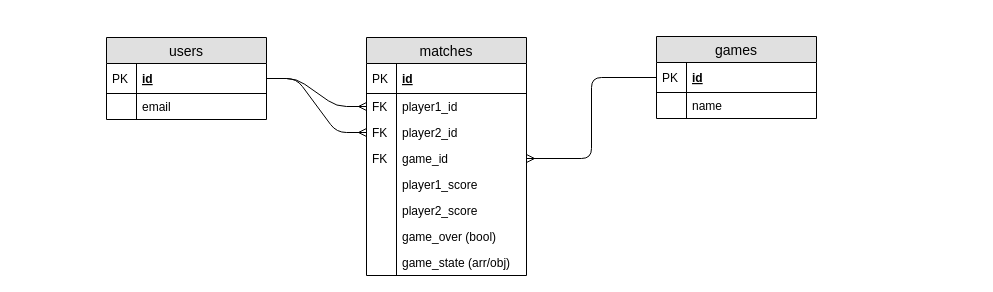
Above: docs/Goofspiel ERD.drawio in WillGWong/goofspiel (draw.io), before the change. Source tidied: cells renumbered, new cells numbered last; positions are measured from the earlier drawing's top-left corner, leaving out a move shared by most shapes. Both pictures are drawn from the tidied source at 100%, with x=0, y=0 at pixel (106, 36).
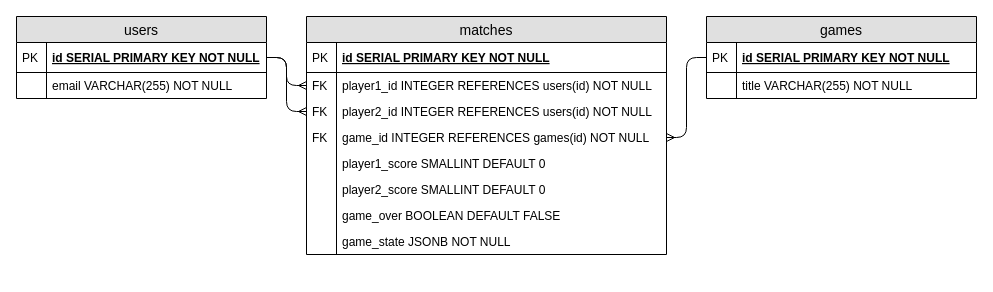
After the change.

Commit message (it also covers changes not shown here):
add datatypes to ERD

Diff of the diagram source:
```diff
@@
     <mxCell id="2" value="users" style="swimlane;fontStyle=0;horizontal=1;startSize=26;fillColor=#e0e0e0;swimlaneFillColor=#ffffff;align=center;fontSize=14;" parent="1" vertex="1">
-      <mxGeometry y="1" width="160" height="82" as="geometry" />
+      <mxGeometry x="-90" y="-20" width="250" height="82" as="geometry" />
     </mxCell>
-    <mxCell id="3" value="id" style="shape=partialRectangle;top=0;left=0;right=0;bottom=1;align=left;verticalAlign=middle;fillColor=none;spacingLeft=34;spacingRight=4;overflow=hidden;points=[[0,0.5],[1,0.5]];portConstraint=eastwest;fontStyle=5;fontSize=12;" parent="2" vertex="1">
-      <mxGeometry y="26" width="160" height="30" as="geometry" />
+    <mxCell id="3" value="id SERIAL PRIMARY KEY NOT NULL" style="shape=partialRectangle;top=0;left=0;right=0;bottom=1;align=left;verticalAlign=middle;fillColor=none;spacingLeft=34;spacingRight=4;overflow=hidden;points=[[0,0.5],[1,0.5]];portConstraint=eastwest;fontStyle=5;fontSize=12;" parent="2" vertex="1">
+      <mxGeometry y="26" width="250" height="30" as="geometry" />
     </mxCell>
@@
-    <mxCell id="5" value="email" style="shape=partialRectangle;top=0;left=0;right=0;bottom=0;align=left;verticalAlign=top;fillColor=none;spacingLeft=34;spacingRight=4;overflow=hidden;fontSize=12;" parent="2" vertex="1">
-      <mxGeometry y="56" width="160" height="26" as="geometry" />
+    <mxCell id="5" value="email VARCHAR(255) NOT NULL" style="shape=partialRectangle;top=0;left=0;right=0;bottom=0;align=left;verticalAlign=top;fillColor=none;spacingLeft=34;spacingRight=4;overflow=hidden;fontSize=12;" parent="2" vertex="1">
+      <mxGeometry y="56" width="250" height="26" as="geometry" />
     </mxCell>
@@
     <mxCell id="7" value="matches" style="swimlane;fontStyle=0;horizontal=1;startSize=26;fillColor=#e0e0e0;swimlaneFillColor=#ffffff;align=center;fontSize=14;" parent="1" vertex="1">
-      <mxGeometry x="260" y="1" width="160" height="238" as="geometry" />
+      <mxGeometry x="200" y="-20" width="360" height="238" as="geometry" />
     </mxCell>
-    <mxCell id="8" value="id" style="shape=partialRectangle;top=0;left=0;right=0;bottom=1;align=left;verticalAlign=middle;fillColor=none;spacingLeft=34;spacingRight=4;overflow=hidden;fontStyle=5;fontSize=12;" parent="7" vertex="1">
-      <mxGeometry y="26" width="160" height="30" as="geometry" />
+    <mxCell id="8" value="id SERIAL PRIMARY KEY NOT NULL" style="shape=partialRectangle;top=0;left=0;right=0;bottom=1;align=left;verticalAlign=middle;fillColor=none;spacingLeft=34;spacingRight=4;overflow=hidden;fontStyle=5;fontSize=12;" parent="7" vertex="1">
+      <mxGeometry y="26" width="360" height="30" as="geometry" />
     </mxCell>
@@
-    <mxCell id="10" value="player1_id" style="shape=partialRectangle;top=0;left=0;right=0;bottom=0;align=left;verticalAlign=top;fillColor=none;spacingLeft=34;spacingRight=4;overflow=hidden;points=[[0,0.5],[1,0.5]];portConstraint=eastwest;fontSize=12;" parent="7" vertex="1">
-      <mxGeometry y="56" width="160" height="26" as="geometry" />
+    <mxCell id="10" value="player1_id INTEGER REFERENCES users(id) NOT NULL" style="shape=partialRectangle;top=0;left=0;right=0;bottom=0;align=left;verticalAlign=top;fillColor=none;spacingLeft=34;spacingRight=4;overflow=hidden;points=[[0,0.5],[1,0.5]];portConstraint=eastwest;fontSize=12;" parent="7" vertex="1">
+      <mxGeometry y="56" width="360" height="26" as="geometry" />
     </mxCell>
@@
-    <mxCell id="12" value="player2_id" style="shape=partialRectangle;top=0;left=0;right=0;bottom=0;align=left;verticalAlign=top;fillColor=none;spacingLeft=34;spacingRight=4;overflow=hidden;points=[[0,0.5],[1,0.5]];portConstraint=eastwest;fontSize=12;" parent="7" vertex="1">
-      <mxGeometry y="82" width="160" height="26" as="geometry" />
+    <mxCell id="12" value="player2_id INTEGER REFERENCES users(id) NOT NULL" style="shape=partialRectangle;top=0;left=0;right=0;bottom=0;align=left;verticalAlign=top;fillColor=none;spacingLeft=34;spacingRight=4;overflow=hidden;points=[[0,0.5],[1,0.5]];portConstraint=eastwest;fontSize=12;" parent="7" vertex="1">
+      <mxGeometry y="82" width="360" height="26" as="geometry" />
     </mxCell>
@@
-    <mxCell id="14" value="game_id" style="shape=partialRectangle;top=0;left=0;right=0;bottom=0;align=left;verticalAlign=top;fillColor=none;spacingLeft=34;spacingRight=4;overflow=hidden;points=[[0,0.5],[1,0.5]];portConstraint=eastwest;fontSize=12;" parent="7" vertex="1">
-      <mxGeometry y="108" width="160" height="26" as="geometry" />
+    <mxCell id="14" value="game_id INTEGER REFERENCES games(id) NOT NULL" style="shape=partialRectangle;top=0;left=0;right=0;bottom=0;align=left;verticalAlign=top;fillColor=none;spacingLeft=34;spacingRight=4;overflow=hidden;points=[[0,0.5],[1,0.5]];portConstraint=eastwest;fontSize=12;" parent="7" vertex="1">
+      <mxGeometry y="108" width="360" height="26" as="geometry" />
     </mxCell>
@@
-    <mxCell id="16" value="player1_score" style="shape=partialRectangle;top=0;left=0;right=0;bottom=0;align=left;verticalAlign=top;fillColor=none;spacingLeft=34;spacingRight=4;overflow=hidden;fontSize=12;" parent="7" vertex="1">
-      <mxGeometry y="134" width="160" height="26" as="geometry" />
+    <mxCell id="16" value="player1_score SMALLINT DEFAULT 0" style="shape=partialRectangle;top=0;left=0;right=0;bottom=0;align=left;verticalAlign=top;fillColor=none;spacingLeft=34;spacingRight=4;overflow=hidden;fontSize=12;" parent="7" vertex="1">
+      <mxGeometry y="134" width="360" height="26" as="geometry" />
     </mxCell>
@@
-    <mxCell id="18" value="player2_score" style="shape=partialRectangle;top=0;left=0;right=0;bottom=0;align=left;verticalAlign=top;fillColor=none;spacingLeft=34;spacingRight=4;overflow=hidden;fontSize=12;" parent="7" vertex="1">
-      <mxGeometry y="160" width="160" height="26" as="geometry" />
+    <mxCell id="18" value="player2_score SMALLINT DEFAULT 0" style="shape=partialRectangle;top=0;left=0;right=0;bottom=0;align=left;verticalAlign=top;fillColor=none;spacingLeft=34;spacingRight=4;overflow=hidden;fontSize=12;" parent="7" vertex="1">
+      <mxGeometry y="160" width="360" height="26" as="geometry" />
     </mxCell>
@@
-    <mxCell id="20" value="game_over (bool)" style="shape=partialRectangle;top=0;left=0;right=0;bottom=0;align=left;verticalAlign=top;fillColor=none;spacingLeft=34;spacingRight=4;overflow=hidden;fontSize=12;" parent="7" vertex="1">
-      <mxGeometry y="186" width="160" height="26" as="geometry" />
+    <mxCell id="20" value="game_over BOOLEAN DEFAULT FALSE" style="shape=partialRectangle;top=0;left=0;right=0;bottom=0;align=left;verticalAlign=top;fillColor=none;spacingLeft=34;spacingRight=4;overflow=hidden;fontSize=12;" parent="7" vertex="1">
+      <mxGeometry y="186" width="360" height="26" as="geometry" />
     </mxCell>
@@
-    <mxCell id="22" value="game_state (arr/obj)" style="shape=partialRectangle;top=0;left=0;right=0;bottom=0;align=left;verticalAlign=top;fillColor=none;spacingLeft=34;spacingRight=4;overflow=hidden;fontSize=12;" parent="7" vertex="1">
-      <mxGeometry y="212" width="160" height="26" as="geometry" />
+    <mxCell id="22" value="game_state JSONB NOT NULL" style="shape=partialRectangle;top=0;left=0;right=0;bottom=0;align=left;verticalAlign=top;fillColor=none;spacingLeft=34;spacingRight=4;overflow=hidden;fontSize=12;" parent="7" vertex="1">
+      <mxGeometry y="212" width="360" height="26" as="geometry" />
     </mxCell>
@@
     <mxCell id="24" value="games" style="swimlane;fontStyle=0;horizontal=1;startSize=26;fillColor=#e0e0e0;swimlaneFillColor=#ffffff;align=center;fontSize=14;" parent="1" vertex="1">
-      <mxGeometry x="550" width="160" height="82" as="geometry" />
+      <mxGeometry x="600" y="-20" width="270" height="82" as="geometry" />
     </mxCell>
-    <mxCell id="25" value="id" style="shape=partialRectangle;top=0;left=0;right=0;bottom=1;align=left;verticalAlign=middle;fillColor=none;spacingLeft=34;spacingRight=4;overflow=hidden;points=[[0,0.5],[1,0.5]];portConstraint=eastwest;fontStyle=5;fontSize=12;" parent="24" vertex="1">
-      <mxGeometry y="26" width="160" height="30" as="geometry" />
+    <mxCell id="25" value="id SERIAL PRIMARY KEY NOT NULL" style="shape=partialRectangle;top=0;left=0;right=0;bottom=1;align=left;verticalAlign=middle;fillColor=none;spacingLeft=34;spacingRight=4;overflow=hidden;points=[[0,0.5],[1,0.5]];portConstraint=eastwest;fontStyle=5;fontSize=12;" parent="24" vertex="1">
+      <mxGeometry y="26" width="270" height="30" as="geometry" />
     </mxCell>
@@
-    <mxCell id="27" value="name" style="shape=partialRectangle;top=0;left=0;right=0;bottom=0;align=left;verticalAlign=top;fillColor=none;spacingLeft=34;spacingRight=4;overflow=hidden;fontSize=12;" parent="24" vertex="1">
-      <mxGeometry y="56" width="160" height="26" as="geometry" />
+    <mxCell id="27" value="title VARCHAR(255) NOT NULL" style="shape=partialRectangle;top=0;left=0;right=0;bottom=0;align=left;verticalAlign=top;fillColor=none;spacingLeft=34;spacingRight=4;overflow=hidden;fontSize=12;" parent="24" vertex="1">
+      <mxGeometry y="56" width="270" height="26" as="geometry" />
     </mxCell>
@@
-    <mxCell id="30" style="edgeStyle=entityRelationEdgeStyle;fontSize=12;html=1;endArrow=ERmany;exitX=1;exitY=0.5;exitDx=0;exitDy=0;entryX=0;entryY=0.5;entryDx=0;entryDy=0;" parent="1" edge="1" source="3" target="10">
+    <mxCell id="30" style="edgeStyle=elbowEdgeStyle;fontSize=12;html=1;endArrow=ERmany;exitX=1;exitY=0.5;exitDx=0;exitDy=0;entryX=0;entryY=0.5;entryDx=0;entryDy=0;" parent="1" edge="1" source="3" target="10">
       <mxGeometry relative="1" as="geometry" />
     </mxCell>
-    <mxCell id="31" style="edgeStyle=entityRelationEdgeStyle;fontSize=12;html=1;endArrow=ERmany;exitX=1;exitY=0.5;exitDx=0;exitDy=0;entryX=0;entryY=0.5;entryDx=0;entryDy=0;" parent="1" edge="1" source="3" target="12">
+    <mxCell id="31" style="edgeStyle=elbowEdgeStyle;fontSize=12;html=1;endArrow=ERmany;exitX=1;exitY=0.5;exitDx=0;exitDy=0;entryX=0;entryY=0.5;entryDx=0;entryDy=0;" parent="1" edge="1" source="3" target="12">
       <mxGeometry relative="1" as="geometry" />
     </mxCell>
```
